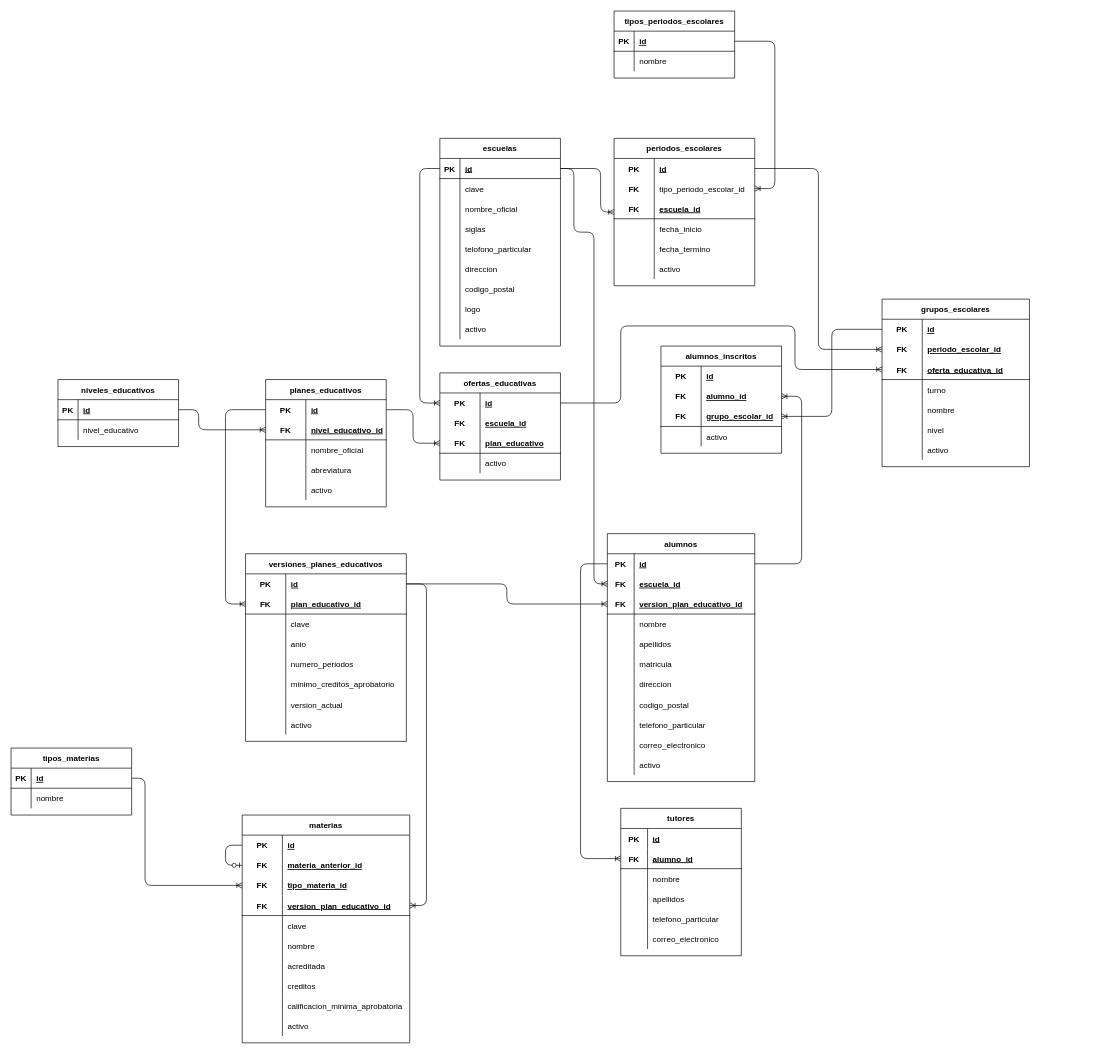
The draw.io diagram diagrama.drawio in Carlos-Angel/database-escolar, before the edit. Source tidied: cells renumbered, new cells numbered last; positions are measured from the earlier drawing's top-left corner, leaving out a move shared by most shapes. Both pictures are drawn from the tidied source at 67%, with x=0, y=0 at pixel (11, 11).
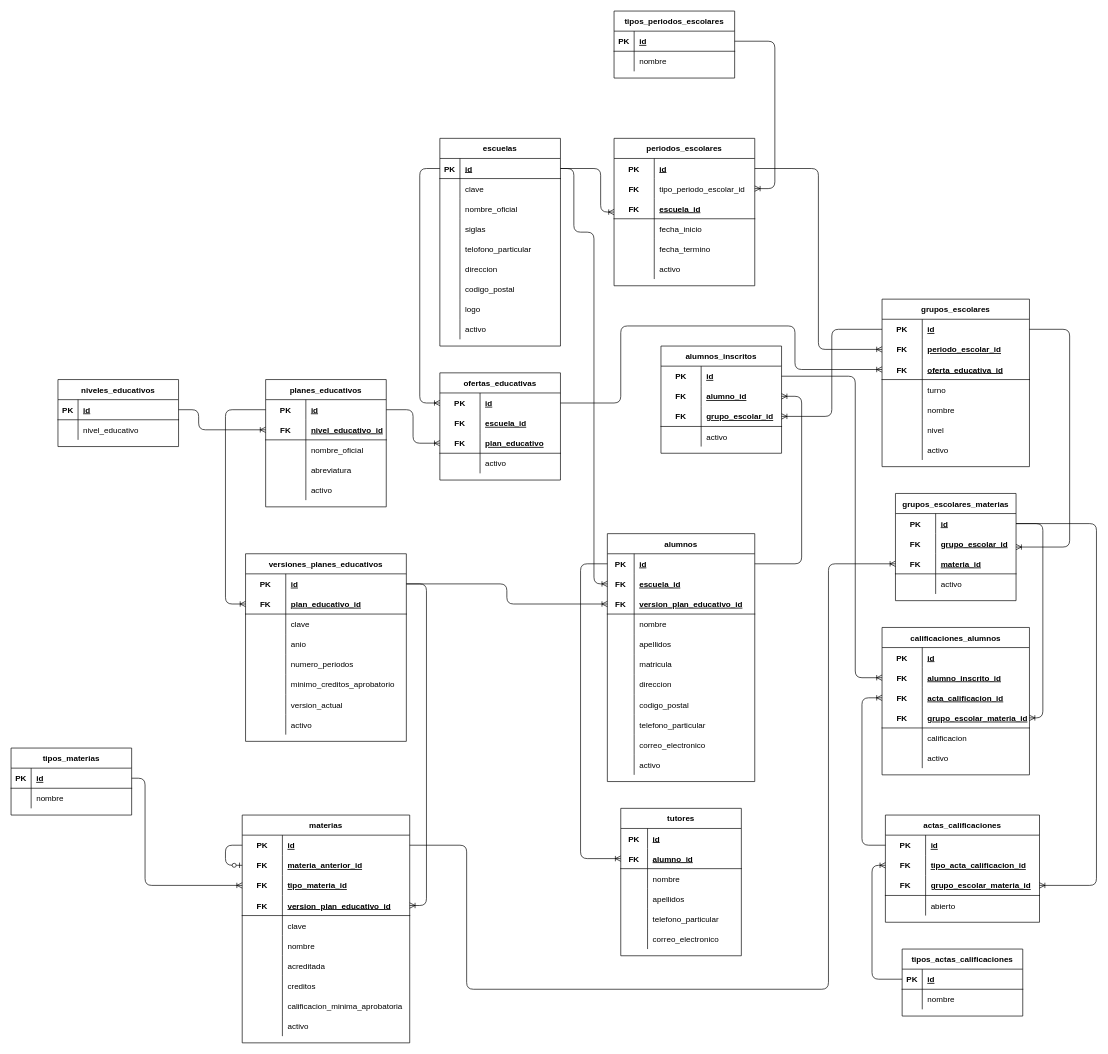
Above is the later version.

Commit message:
feat: agregando las tablas para las calificaciones de las materias

Unchanged cells that the change refers to:
```xml
<mxCell id="124" style="shape=partialRectangle;fillColor=none;top=0;left=0;bottom=0;right=0;points=[[0,0.5],[1,0.5]];portConstraint=eastwest;" parent="123" vertex="1">
  <mxGeometry y="30" width="220" height="30" as="geometry" />
</mxCell>
<mxCell id="199" style="shape=partialRectangle;fillColor=none;top=0;left=0;bottom=0;right=0;points=[[0,0.5],[1,0.5]];portConstraint=eastwest;" parent="198" vertex="1">
  <mxGeometry y="30" width="180" height="30" as="geometry" />
</mxCell>
<mxCell id="226" style="shape=partialRectangle;fillColor=none;top=0;left=0;bottom=0;right=0;points=[[0,0.5],[1,0.5]];portConstraint=eastwest;" parent="225" vertex="1">
  <mxGeometry y="30" width="250" height="30" as="geometry" />
</mxCell>
```

Diff of the diagram source:
```diff
@@
+    <mxCell id="259" value="calificaciones_alumnos" style="shape=table;startSize=30;childLayout=tableLayout;rowLines=0;fontStyle=1;align=center;" parent="1" vertex="1">
+      <mxGeometry x="1300" y="920" width="220" height="220" as="geometry" />
+    </mxCell>
+    <mxCell id="260" style="shape=partialRectangle;fillColor=none;top=0;left=0;bottom=0;right=0;fontStyle=1;" parent="259" vertex="1">
+      <mxGeometry y="30" width="220" height="30" as="geometry" />
+    </mxCell>
+    <mxCell id="261" value="PK" style="shape=partialRectangle;fillColor=none;top=0;left=0;bottom=0;right=0;fontStyle=1;overflow=hidden;" parent="260" vertex="1">
+      <mxGeometry width="60" height="30" as="geometry" />
+    </mxCell>
+    <mxCell id="262" value="id" style="shape=partialRectangle;fillColor=none;top=0;left=0;bottom=0;right=0;align=left;spacingLeft=6;fontStyle=5;overflow=hidden;" parent="260" vertex="1">
+      <mxGeometry x="60" width="160" height="30" as="geometry" />
+    </mxCell>
+    <mxCell id="263" style="shape=partialRectangle;fillColor=none;top=0;left=0;bottom=0;right=0;points=[[0,0.5],[1,0.5]];portConstraint=eastwest;fontStyle=1;" parent="259" vertex="1">
+      <mxGeometry y="60" width="220" height="30" as="geometry" />
+    </mxCell>
+    <mxCell id="264" value="FK" style="shape=partialRectangle;fillColor=none;top=0;left=0;bottom=0;right=0;fontStyle=1;overflow=hidden;" parent="263" vertex="1">
+      <mxGeometry width="60" height="30" as="geometry" />
+    </mxCell>
+    <mxCell id="265" value="alumno_inscrito_id" style="shape=partialRectangle;fillColor=none;top=0;left=0;bottom=0;right=0;align=left;spacingLeft=6;fontStyle=5;overflow=hidden;" parent="263" vertex="1">
+      <mxGeometry x="60" width="160" height="30" as="geometry" />
+    </mxCell>
+    <mxCell id="266" style="shape=partialRectangle;fillColor=none;top=0;left=0;bottom=0;right=0;points=[[0,0.5],[1,0.5]];portConstraint=eastwest;fontStyle=1;" parent="259" vertex="1">
+      <mxGeometry y="90" width="220" height="30" as="geometry" />
+    </mxCell>
+    <mxCell id="267" value="FK" style="shape=partialRectangle;fillColor=none;top=0;left=0;bottom=0;right=0;fontStyle=1;overflow=hidden;" parent="266" vertex="1">
+      <mxGeometry width="60" height="30" as="geometry" />
+    </mxCell>
+    <mxCell id="268" value="acta_calificacion_id" style="shape=partialRectangle;fillColor=none;top=0;left=0;bottom=0;right=0;align=left;spacingLeft=6;fontStyle=5;overflow=hidden;" parent="266" vertex="1">
+      <mxGeometry x="60" width="160" height="30" as="geometry" />
+    </mxCell>
+    <mxCell id="269" style="shape=partialRectangle;fillColor=none;top=0;left=0;bottom=1;right=0;points=[[0,0.5],[1,0.5]];portConstraint=eastwest;" parent="259" vertex="1">
+      <mxGeometry y="120" width="220" height="30" as="geometry" />
+    </mxCell>
+    <mxCell id="270" value="FK" style="shape=partialRectangle;fillColor=none;top=0;left=0;bottom=0;right=0;fontStyle=1;overflow=hidden;" parent="269" vertex="1">
+      <mxGeometry width="60" height="30" as="geometry" />
+    </mxCell>
+    <mxCell id="271" value="grupo_escolar_materia_id" style="shape=partialRectangle;fillColor=none;top=0;left=0;bottom=0;right=0;align=left;spacingLeft=6;fontStyle=5;overflow=hidden;" parent="269" vertex="1">
+      <mxGeometry x="60" width="160" height="30" as="geometry" />
+    </mxCell>
+    <mxCell id="272" style="shape=partialRectangle;fillColor=none;top=0;left=0;bottom=0;right=0;" parent="259" vertex="1">
+      <mxGeometry y="150" width="220" height="30" as="geometry" />
+    </mxCell>
+    <mxCell id="273" style="shape=partialRectangle;fillColor=none;top=0;left=0;bottom=0;right=0;overflow=hidden;" parent="272" vertex="1">
+      <mxGeometry width="60" height="30" as="geometry" />
+    </mxCell>
+    <mxCell id="274" value="calificacion" style="shape=partialRectangle;fillColor=none;top=0;left=0;bottom=0;right=0;align=left;spacingLeft=6;overflow=hidden;" parent="272" vertex="1">
+      <mxGeometry x="60" width="160" height="30" as="geometry" />
+    </mxCell>
+    <mxCell id="275" style="shape=partialRectangle;fillColor=none;top=0;left=0;bottom=0;right=0;" parent="259" vertex="1">
+      <mxGeometry y="180" width="220" height="30" as="geometry" />
+    </mxCell>
+    <mxCell id="276" style="shape=partialRectangle;fillColor=none;top=0;left=0;bottom=0;right=0;overflow=hidden;" parent="275" vertex="1">
+      <mxGeometry width="60" height="30" as="geometry" />
+    </mxCell>
+    <mxCell id="277" value="activo" style="shape=partialRectangle;fillColor=none;top=0;left=0;bottom=0;right=0;align=left;spacingLeft=6;overflow=hidden;" parent="275" vertex="1">
+      <mxGeometry x="60" width="160" height="30" as="geometry" />
+    </mxCell>
+    <mxCell id="278" value="actas_calificaciones" style="shape=table;startSize=30;childLayout=tableLayout;rowLines=0;fontStyle=1;align=center;" parent="1" vertex="1">
+      <mxGeometry x="1305" y="1200" width="230" height="160" as="geometry" />
+    </mxCell>
+    <mxCell id="279" style="shape=partialRectangle;fillColor=none;top=0;left=0;bottom=0;right=0;points=[[0,0.5],[1,0.5]];portConstraint=eastwest;" parent="278" vertex="1">
+      <mxGeometry y="30" width="230" height="30" as="geometry" />
+    </mxCell>
+    <mxCell id="280" value="PK" style="shape=partialRectangle;fillColor=none;top=0;left=0;bottom=0;right=0;fontStyle=1;overflow=hidden;" parent="279" vertex="1">
+      <mxGeometry width="60" height="30" as="geometry" />
+    </mxCell>
+    <mxCell id="281" value="id" style="shape=partialRectangle;fillColor=none;top=0;left=0;bottom=0;right=0;align=left;spacingLeft=6;fontStyle=5;overflow=hidden;" parent="279" vertex="1">
+      <mxGeometry x="60" width="170" height="30" as="geometry" />
+    </mxCell>
+    <mxCell id="282" style="shape=partialRectangle;fillColor=none;top=0;left=0;bottom=0;right=0;points=[[0,0.5],[1,0.5]];portConstraint=eastwest;" parent="278" vertex="1">
+      <mxGeometry y="60" width="230" height="30" as="geometry" />
+    </mxCell>
+    <mxCell id="283" value="FK" style="shape=partialRectangle;fillColor=none;top=0;left=0;bottom=0;right=0;fontStyle=1;overflow=hidden;" parent="282" vertex="1">
+      <mxGeometry width="60" height="30" as="geometry" />
+    </mxCell>
+    <mxCell id="284" value="tipo_acta_calificacion_id" style="shape=partialRectangle;fillColor=none;top=0;left=0;bottom=0;right=0;align=left;spacingLeft=6;fontStyle=5;overflow=hidden;" parent="282" vertex="1">
+      <mxGeometry x="60" width="170" height="30" as="geometry" />
+    </mxCell>
+    <mxCell id="285" style="shape=partialRectangle;fillColor=none;top=0;left=0;bottom=1;right=0;points=[[0,0.5],[1,0.5]];portConstraint=eastwest;" parent="278" vertex="1">
+      <mxGeometry y="90" width="230" height="30" as="geometry" />
+    </mxCell>
+    <mxCell id="286" value="FK" style="shape=partialRectangle;fillColor=none;top=0;left=0;bottom=0;right=0;fontStyle=1;overflow=hidden;" parent="285" vertex="1">
+      <mxGeometry width="60" height="30" as="geometry" />
+    </mxCell>
+    <mxCell id="287" value="grupo_escolar_materia_id" style="shape=partialRectangle;fillColor=none;top=0;left=0;bottom=0;right=0;align=left;spacingLeft=6;fontStyle=5;overflow=hidden;" parent="285" vertex="1">
+      <mxGeometry x="60" width="170" height="30" as="geometry" />
+    </mxCell>
+    <mxCell id="288" style="shape=partialRectangle;fillColor=none;top=0;left=0;bottom=0;right=0;" parent="278" vertex="1">
+      <mxGeometry y="120" width="230" height="30" as="geometry" />
+    </mxCell>
+    <mxCell id="289" style="shape=partialRectangle;fillColor=none;top=0;left=0;bottom=0;right=0;overflow=hidden;" parent="288" vertex="1">
+      <mxGeometry width="60" height="30" as="geometry" />
+    </mxCell>
+    <mxCell id="290" value="abierto" style="shape=partialRectangle;fillColor=none;top=0;left=0;bottom=0;right=0;align=left;spacingLeft=6;overflow=hidden;" parent="288" vertex="1">
+      <mxGeometry x="60" width="170" height="30" as="geometry" />
+    </mxCell>
+    <mxCell id="291" value="tipos_actas_calificaciones" style="shape=table;startSize=30;childLayout=tableLayout;rowLines=0;fontStyle=1;align=center;" parent="1" vertex="1">
+      <mxGeometry x="1330" y="1400" width="180" height="100" as="geometry" />
+    </mxCell>
+    <mxCell id="292" style="shape=partialRectangle;fillColor=none;top=0;left=0;bottom=1;right=0;points=[[0,0.5],[1,0.5]];portConstraint=eastwest;" parent="291" vertex="1">
+      <mxGeometry y="30" width="180" height="30" as="geometry" />
+    </mxCell>
+    <mxCell id="293" value="PK" style="shape=partialRectangle;fillColor=none;top=0;left=0;bottom=0;right=0;fontStyle=1;overflow=hidden;" parent="292" vertex="1">
+      <mxGeometry width="30" height="30" as="geometry" />
+    </mxCell>
+    <mxCell id="294" value="id" style="shape=partialRectangle;fillColor=none;top=0;left=0;bottom=0;right=0;align=left;spacingLeft=6;fontStyle=5;overflow=hidden;" parent="292" vertex="1">
+      <mxGeometry x="30" width="150" height="30" as="geometry" />
+    </mxCell>
+    <mxCell id="295" style="shape=partialRectangle;fillColor=none;top=0;left=0;bottom=0;right=0;" parent="291" vertex="1">
+      <mxGeometry y="60" width="180" height="30" as="geometry" />
+    </mxCell>
+    <mxCell id="296" style="shape=partialRectangle;fillColor=none;top=0;left=0;bottom=0;right=0;overflow=hidden;" parent="295" vertex="1">
+      <mxGeometry width="30" height="30" as="geometry" />
+    </mxCell>
+    <mxCell id="297" value="nombre" style="shape=partialRectangle;fillColor=none;top=0;left=0;bottom=0;right=0;align=left;spacingLeft=6;overflow=hidden;" parent="295" vertex="1">
+      <mxGeometry x="30" width="150" height="30" as="geometry" />
+    </mxCell>
+    <mxCell id="298" style="edgeStyle=orthogonalEdgeStyle;fontSize=12;html=1;endArrow=ERoneToMany;exitX=0;exitY=0.5;exitDx=0;exitDy=0;entryX=0;entryY=0.5;entryDx=0;entryDy=0;" parent="1" edge="1" source="292" target="282">
+      <mxGeometry relative="1" as="geometry">
+        <Array as="points">
+          <mxPoint x="1285" y="1445" />
+          <mxPoint x="1285" y="1275" />
+        </Array>
+      </mxGeometry>
+    </mxCell>
+    <mxCell id="299" value="grupos_escolares_materias" style="shape=table;startSize=30;childLayout=tableLayout;rowLines=0;fontStyle=1;align=center;" parent="1" vertex="1">
+      <mxGeometry x="1320" y="720" width="180" height="160" as="geometry" />
+    </mxCell>
+    <mxCell id="300" style="shape=partialRectangle;fillColor=none;top=0;left=0;bottom=0;right=0;points=[[0,0.5],[1,0.5]];portConstraint=eastwest;" parent="299" vertex="1">
+      <mxGeometry y="30" width="180" height="30" as="geometry" />
+    </mxCell>
+    <mxCell id="301" value="PK" style="shape=partialRectangle;fillColor=none;top=0;left=0;bottom=0;right=0;fontStyle=1;overflow=hidden;" parent="300" vertex="1">
+      <mxGeometry width="60" height="30" as="geometry" />
+    </mxCell>
+    <mxCell id="302" value="id" style="shape=partialRectangle;fillColor=none;top=0;left=0;bottom=0;right=0;align=left;spacingLeft=6;fontStyle=5;overflow=hidden;" parent="300" vertex="1">
+      <mxGeometry x="60" width="120" height="30" as="geometry" />
+    </mxCell>
+    <mxCell id="303" style="shape=partialRectangle;fillColor=none;top=0;left=0;bottom=0;right=0;" parent="299" vertex="1">
+      <mxGeometry y="60" width="180" height="30" as="geometry" />
+    </mxCell>
+    <mxCell id="304" value="FK" style="shape=partialRectangle;fillColor=none;top=0;left=0;bottom=0;right=0;fontStyle=1;overflow=hidden;" parent="303" vertex="1">
+      <mxGeometry width="60" height="30" as="geometry" />
+    </mxCell>
+    <mxCell id="305" value="grupo_escolar_id" style="shape=partialRectangle;fillColor=none;top=0;left=0;bottom=0;right=0;align=left;spacingLeft=6;fontStyle=5;overflow=hidden;" parent="303" vertex="1">
+      <mxGeometry x="60" width="120" height="30" as="geometry" />
+    </mxCell>
+    <mxCell id="306" style="shape=partialRectangle;fillColor=none;top=0;left=0;bottom=1;right=0;points=[[0,0.5],[1,0.5]];portConstraint=eastwest;" parent="299" vertex="1">
+      <mxGeometry y="90" width="180" height="30" as="geometry" />
+    </mxCell>
+    <mxCell id="307" value="FK" style="shape=partialRectangle;fillColor=none;top=0;left=0;bottom=0;right=0;fontStyle=1;overflow=hidden;" parent="306" vertex="1">
+      <mxGeometry width="60" height="30" as="geometry" />
+    </mxCell>
+    <mxCell id="308" value="materia_id" style="shape=partialRectangle;fillColor=none;top=0;left=0;bottom=0;right=0;align=left;spacingLeft=6;fontStyle=5;overflow=hidden;" parent="306" vertex="1">
+      <mxGeometry x="60" width="120" height="30" as="geometry" />
+    </mxCell>
+    <mxCell id="309" style="shape=partialRectangle;fillColor=none;top=0;left=0;bottom=0;right=0;" parent="299" vertex="1">
+      <mxGeometry y="120" width="180" height="30" as="geometry" />
+    </mxCell>
+    <mxCell id="310" style="shape=partialRectangle;fillColor=none;top=0;left=0;bottom=0;right=0;overflow=hidden;" parent="309" vertex="1">
+      <mxGeometry width="60" height="30" as="geometry" />
+    </mxCell>
+    <mxCell id="311" value="activo" style="shape=partialRectangle;fillColor=none;top=0;left=0;bottom=0;right=0;align=left;spacingLeft=6;overflow=hidden;" parent="309" vertex="1">
+      <mxGeometry x="60" width="120" height="30" as="geometry" />
+    </mxCell>
+    <mxCell id="312" style="edgeStyle=orthogonalEdgeStyle;fontSize=12;html=1;endArrow=ERoneToMany;exitX=1;exitY=0.5;exitDx=0;exitDy=0;entryX=1;entryY=0.5;entryDx=0;entryDy=0;" parent="1" edge="1" source="124" target="299">
+      <mxGeometry relative="1" as="geometry">
+        <Array as="points">
+          <mxPoint x="1580" y="475" />
+          <mxPoint x="1580" y="800" />
+        </Array>
+      </mxGeometry>
+    </mxCell>
+    <mxCell id="313" style="edgeStyle=orthogonalEdgeStyle;fontSize=12;html=1;endArrow=ERoneToMany;exitX=1;exitY=0.5;exitDx=0;exitDy=0;entryX=0;entryY=0.5;entryDx=0;entryDy=0;" parent="1" edge="1" source="226" target="306">
+      <mxGeometry relative="1" as="geometry">
+        <Array as="points">
+          <mxPoint x="680" y="1245" />
+          <mxPoint x="680" y="1460" />
+          <mxPoint x="1220" y="1460" />
+          <mxPoint x="1220" y="825" />
+        </Array>
+      </mxGeometry>
+    </mxCell>
+    <mxCell id="314" style="edgeStyle=orthogonalEdgeStyle;fontSize=12;html=1;endArrow=ERoneToMany;exitX=1;exitY=0.5;exitDx=0;exitDy=0;entryX=0;entryY=0.5;entryDx=0;entryDy=0;" parent="1" edge="1" source="199" target="263">
+      <mxGeometry relative="1" as="geometry">
+        <Array as="points">
+          <mxPoint x="1260" y="545" />
+          <mxPoint x="1260" y="995" />
+        </Array>
+      </mxGeometry>
+    </mxCell>
+    <mxCell id="315" style="edgeStyle=orthogonalEdgeStyle;fontSize=12;html=1;endArrow=ERoneToMany;exitX=0;exitY=0.5;exitDx=0;exitDy=0;entryX=0;entryY=0.5;entryDx=0;entryDy=0;" parent="1" edge="1" source="279" target="266">
+      <mxGeometry relative="1" as="geometry">
+        <Array as="points">
+          <mxPoint x="1270" y="1245" />
+          <mxPoint x="1270" y="1025" />
+        </Array>
+      </mxGeometry>
+    </mxCell>
+    <mxCell id="316" style="edgeStyle=orthogonalEdgeStyle;fontSize=12;html=1;endArrow=ERoneToMany;exitX=1;exitY=0.5;exitDx=0;exitDy=0;entryX=1;entryY=0.5;entryDx=0;entryDy=0;" parent="1" edge="1" source="300" target="285">
+      <mxGeometry relative="1" as="geometry">
+        <Array as="points">
+          <mxPoint x="1620" y="765" />
+          <mxPoint x="1620" y="1305" />
+        </Array>
+      </mxGeometry>
+    </mxCell>
+    <mxCell id="317" style="edgeStyle=orthogonalEdgeStyle;fontSize=12;html=1;endArrow=ERoneToMany;entryX=1;entryY=0.5;entryDx=0;entryDy=0;exitX=1;exitY=0.5;exitDx=0;exitDy=0;" parent="1" edge="1" source="300" target="269">
+      <mxGeometry relative="1" as="geometry">
+        <Array as="points">
+          <mxPoint x="1540" y="765" />
+          <mxPoint x="1540" y="1055" />
+        </Array>
+      </mxGeometry>
+    </mxCell>
```
